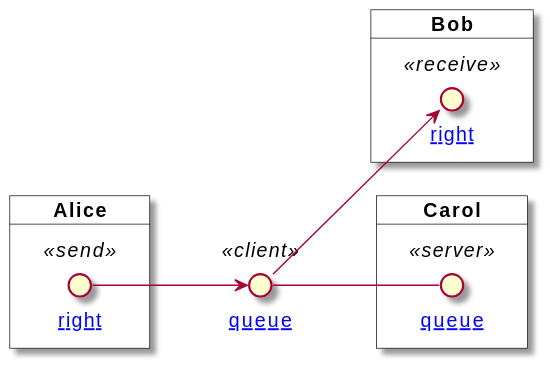
Above: src/_includes/diagrams/queue-example/transaction-ongoing.svg in pavetok/pavetok.github.io (PlantUML), before the change. Its source is kept beside it as diagrams/queue-example/transaction-ongoing.puml.
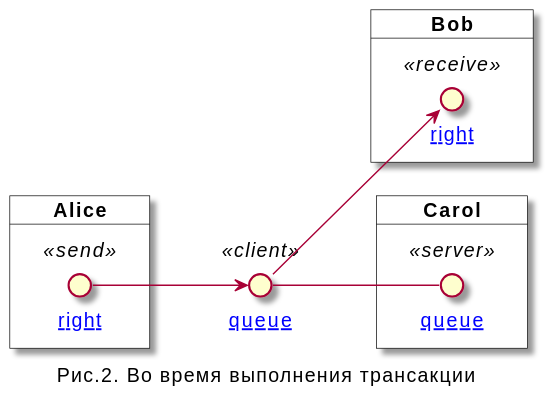
The same diagram one commit later.

Diff of the diagram source:
```diff
@@ -7,13 +7,13 @@
 }
 
 card Alice {
-    circle "[[/work/transaction-types/queue-example/diagrams/right-send/{right} right]]" as owner1 <<send>>
+    circle "[[/work/transaction-types/queue-example/diagrams/right-send/{right} right]]" as right1 <<send>>
 }
 
 circle "[[/work/transaction-types/queue-example/diagrams/queue-client/{queue} queue]]" as queue1 <<client>>
 
 card Bob {
-    circle "[[/work/transaction-types/queue-example/diagrams/right-receive/{right} right]]" as owner2 <<receive>>
+    circle "[[/work/transaction-types/queue-example/diagrams/right-receive/{right} right]]" as right2 <<receive>>
 }
 
 card Carol {
@@ -21,6 +21,8 @@
 }
 
 queue1 -- queue2
-owner1 --> queue1
-queue1 --> owner2
+right1 --> queue1
+queue1 --> right2
+
+caption Рис.2. Во время выполнения трансакции
 @enduml
```
